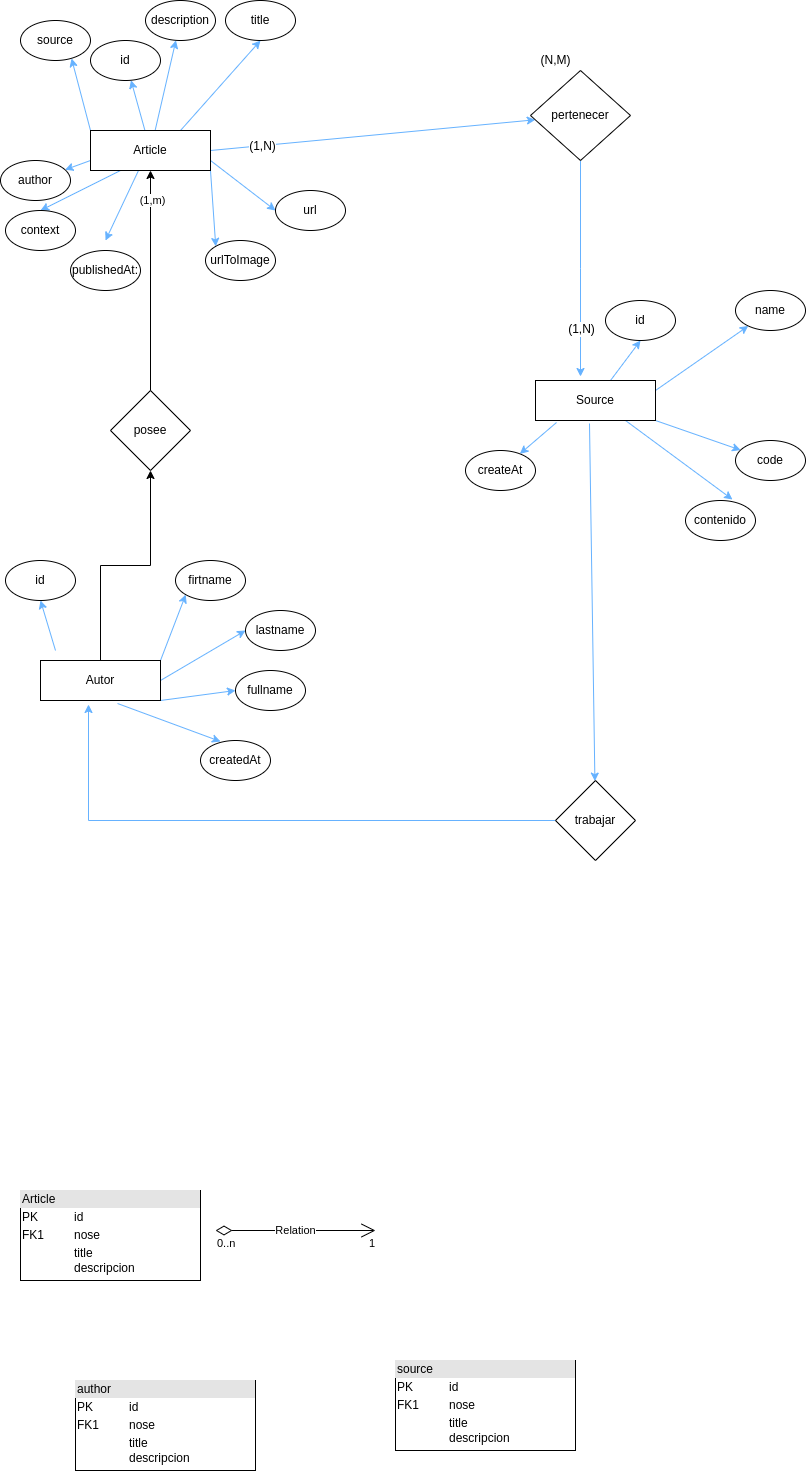
The draw.io diagram info.png in santy-ramirez/basededatos, before a commit. Source tidied: cells renumbered, new cells last; positions are measured from the earlier drawing's top-left corner, leaving out a move shared by most shapes.
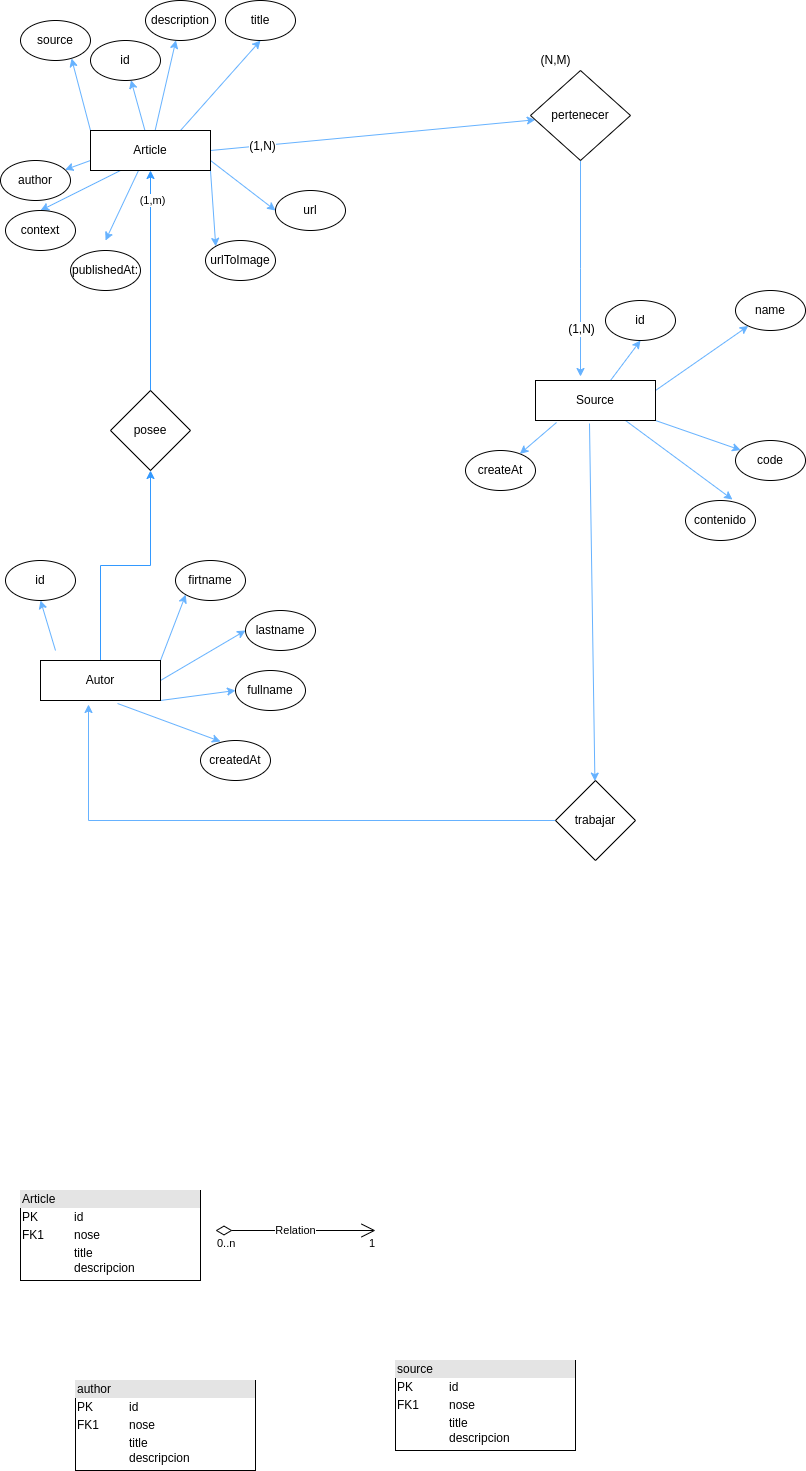
The same file after the commit.

Change to the diagram source:
```diff
@@ -78,7 +78,7 @@
     <mxCell id="25" style="edgeStyle=none;rounded=0;jettySize=auto;html=1;exitX=0.642;exitY=1.075;exitDx=0;exitDy=0;entryX=0.286;entryY=0.025;entryDx=0;entryDy=0;entryPerimeter=0;fontFamily=Helvetica;fontSize=12;strokeColor=#66B2FF;exitPerimeter=0;" parent="1" edge="1" source="27" target="46">
       <mxGeometry relative="1" as="geometry" />
     </mxCell>
-    <mxCell id="26" style="edgeStyle=orthogonalEdgeStyle;rounded=0;jettySize=auto;html=1;" parent="1" edge="1" source="27" target="61">
+    <mxCell id="26" style="edgeStyle=orthogonalEdgeStyle;rounded=0;jettySize=auto;html=1;strokeColor=#3399FF;" parent="1" edge="1" source="27" target="61">
       <mxGeometry relative="1" as="geometry" />
     </mxCell>
     <mxCell id="27" value="Autor" style="rounded=0;whiteSpace=wrap;html=1;fontSize=12;glass=0;strokeWidth=1;shadow=0;" parent="1" vertex="1">
@@ -188,7 +188,7 @@
     <mxCell id="58" value="&lt;div style=&quot;box-sizing:border-box;width:100%;background:#e4e4e4;padding:2px;&quot;&gt;author&lt;/div&gt;&lt;table style=&quot;width:100%;font-size:1em;&quot; cellpadding=&quot;2&quot; cellspacing=&quot;0&quot;&gt;&lt;tbody&gt;&lt;tr&gt;&lt;td&gt;PK&lt;/td&gt;&lt;td&gt;id&lt;/td&gt;&lt;/tr&gt;&lt;tr&gt;&lt;td&gt;FK1&lt;/td&gt;&lt;td&gt;nose&lt;/td&gt;&lt;/tr&gt;&lt;tr&gt;&lt;td&gt;&lt;/td&gt;&lt;td&gt;title&lt;br&gt;descripcion&lt;br&gt;&lt;br&gt;&lt;br&gt;&lt;br&gt;&lt;table&gt;&lt;tbody&gt;&lt;tr&gt;&lt;td&gt;&lt;br&gt;&lt;/td&gt;&lt;td&gt;&lt;br&gt;&lt;/td&gt;&lt;td&gt;&lt;br&gt;&lt;/td&gt;&lt;td&gt;&lt;br&gt;&lt;/td&gt;&lt;td&gt;&lt;br&gt;&lt;/td&gt;&lt;/tr&gt;&lt;tr&gt;&lt;td&gt;&lt;br&gt;&lt;/td&gt;&lt;td&gt;&lt;br&gt;&lt;/td&gt;&lt;td&gt;&lt;br&gt;&lt;/td&gt;&lt;td&gt;&lt;br&gt;&lt;/td&gt;&lt;td&gt;&lt;br&gt;&lt;/td&gt;&lt;/tr&gt;&lt;tr&gt;&lt;td&gt;&lt;br&gt;&lt;/td&gt;&lt;td&gt;&lt;br&gt;&lt;/td&gt;&lt;td&gt;&lt;br&gt;&lt;/td&gt;&lt;td&gt;&lt;br&gt;&lt;/td&gt;&lt;td&gt;&lt;br&gt;&lt;/td&gt;&lt;/tr&gt;&lt;tr&gt;&lt;td&gt;&lt;br&gt;&lt;/td&gt;&lt;td&gt;&lt;br&gt;&lt;/td&gt;&lt;td&gt;&lt;br&gt;&lt;/td&gt;&lt;td&gt;&lt;br&gt;&lt;/td&gt;&lt;td&gt;&lt;br&gt;&lt;/td&gt;&lt;/tr&gt;&lt;/tbody&gt;&lt;/table&gt;&lt;br&gt;&lt;br&gt;&lt;br&gt;&lt;/td&gt;&lt;/tr&gt;&lt;/tbody&gt;&lt;/table&gt;" style="verticalAlign=top;align=left;overflow=fill;html=1;" parent="1" vertex="1">
       <mxGeometry x="75" y="1380" width="180" height="90" as="geometry" />
     </mxCell>
-    <mxCell id="59" style="edgeStyle=orthogonalEdgeStyle;rounded=0;jettySize=auto;html=1;exitX=0.5;exitY=0;exitDx=0;exitDy=0;entryX=0.5;entryY=1;entryDx=0;entryDy=0;" parent="1" edge="1" source="61" target="13">
+    <mxCell id="59" style="edgeStyle=orthogonalEdgeStyle;rounded=0;jettySize=auto;html=1;exitX=0.5;exitY=0;exitDx=0;exitDy=0;entryX=0.5;entryY=1;entryDx=0;entryDy=0;fillColor=#dae8fc;strokeColor=#3399FF;" parent="1" edge="1" source="61" target="13">
       <mxGeometry relative="1" as="geometry">
         <Array as="points">
           <mxPoint x="150" y="420" />
```
